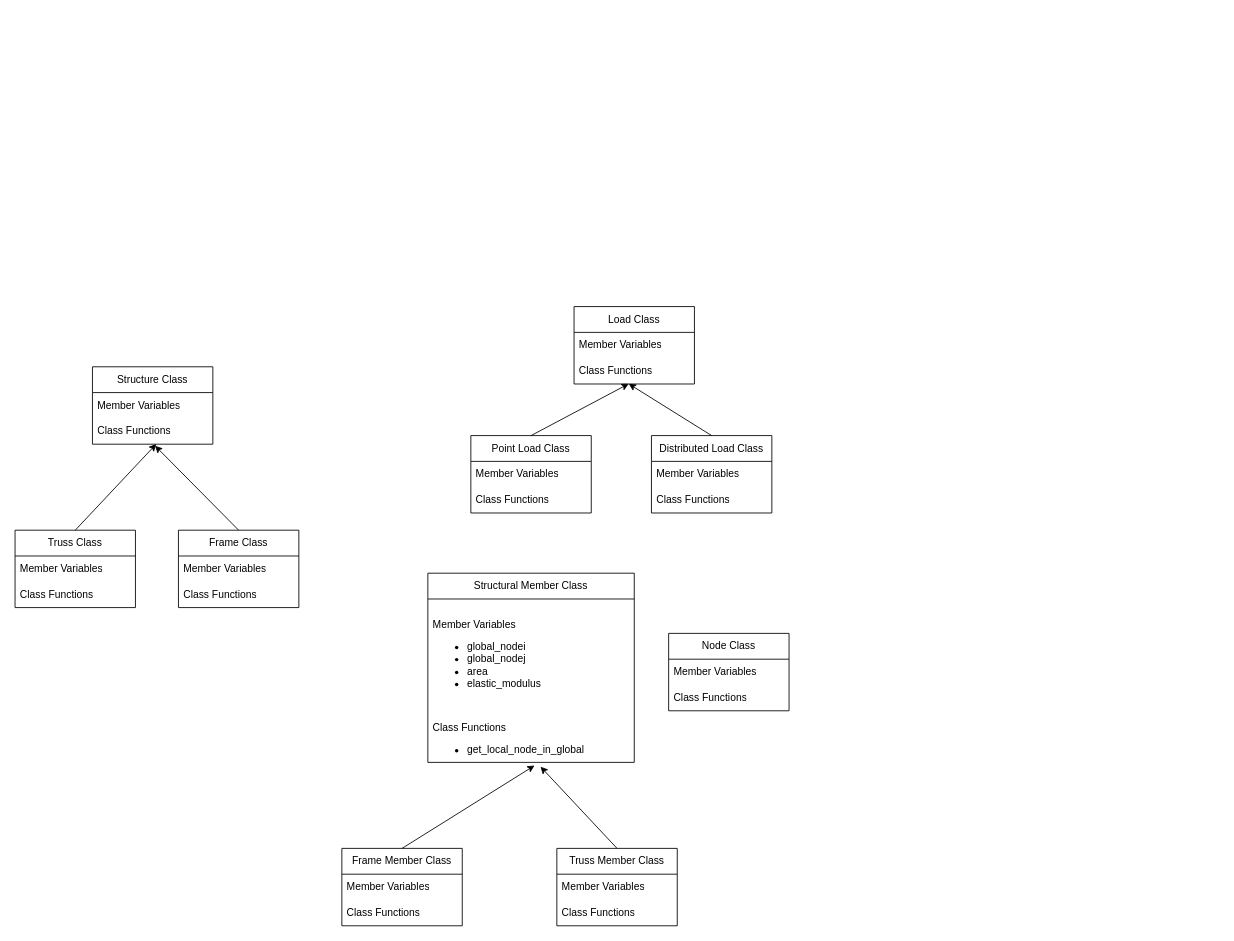
Earlier version of the draw.io diagram Program Structure.drawio (nickmenz/PySAP). Source tidied: cells renumbered, new cells numbered last; positions are measured from the earlier drawing's top-left corner, leaving out a move shared by most shapes. Both pictures are drawn from the tidied source at 86%, with x=0, y=0 at pixel (15, 306).
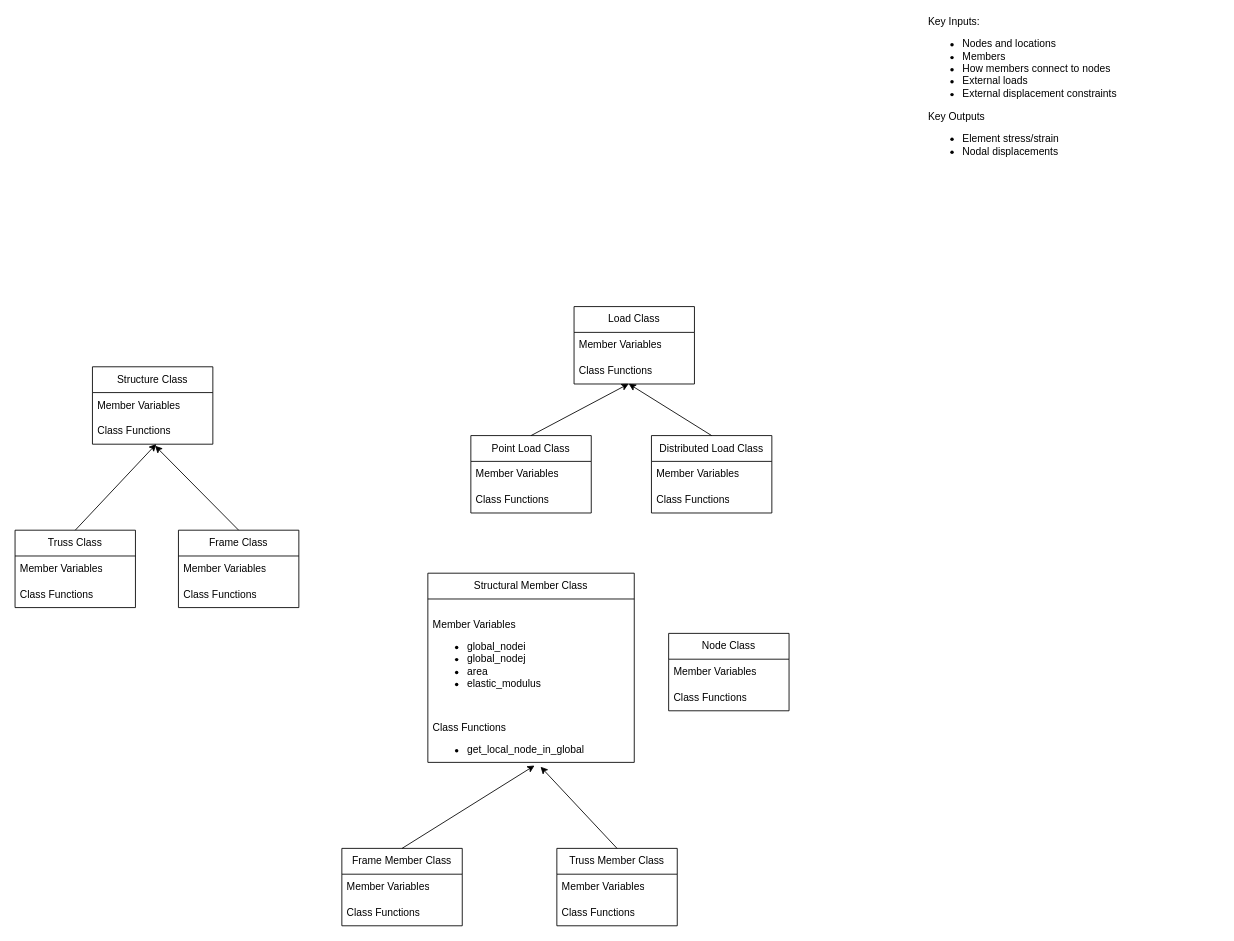
After the change.

The edit, as a diff of the source:
```diff
@@
+    <mxCell id="38" value="Key Inputs:&lt;br&gt;&lt;ul&gt;&lt;li&gt;Nodes and locations&lt;/li&gt;&lt;li&gt;Members&lt;/li&gt;&lt;li&gt;How members connect to nodes&lt;/li&gt;&lt;li&gt;External loads&lt;/li&gt;&lt;li&gt;External displacement constraints&lt;/li&gt;&lt;/ul&gt;&lt;div&gt;Key Outputs&lt;/div&gt;&lt;div&gt;&lt;ul&gt;&lt;li&gt;Element stress/strain&lt;/li&gt;&lt;li&gt;Nodal displacements&lt;/li&gt;&lt;/ul&gt;&lt;/div&gt;" style="text;html=1;strokeColor=none;fillColor=none;align=left;verticalAlign=middle;whiteSpace=wrap;rounded=0;" parent="1" vertex="1">
+      <mxGeometry x="1060" y="-330" width="340" height="160" as="geometry" />
+    </mxCell>
```
